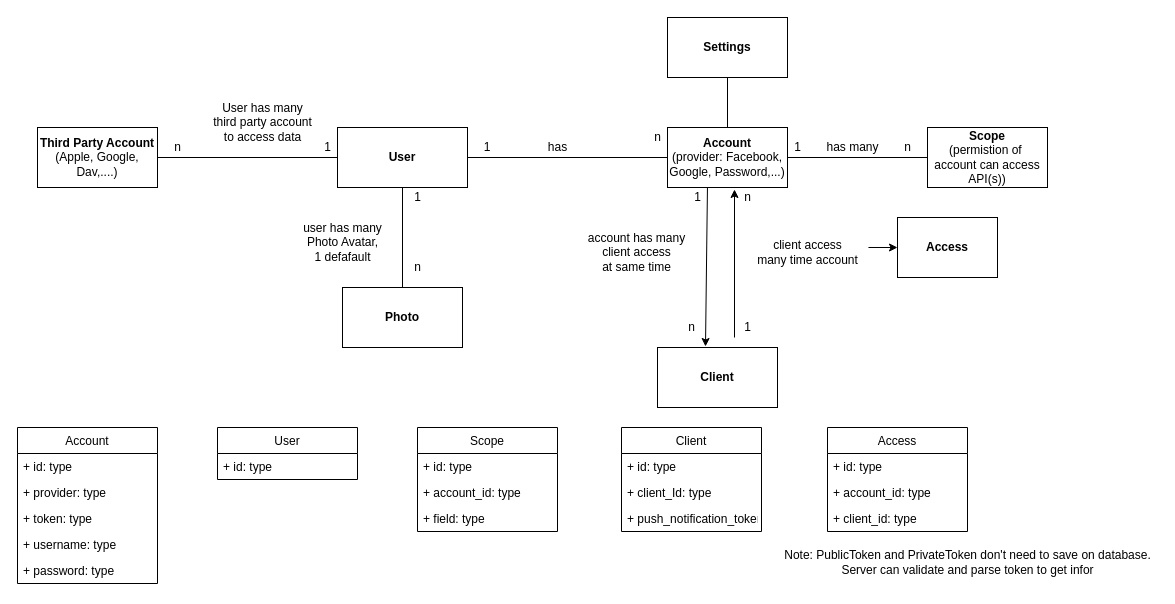
This is Untitled Diagram.drawio from caophuocthanh/Database-Design, a draw.io file, before an edit. Source tidied: cells renumbered, new cells numbered last; positions are measured from the earlier drawing's top-left corner, leaving out a move shared by most shapes. Both pictures are drawn from the tidied source at 100%, with x=0, y=0 at pixel (17, 17).
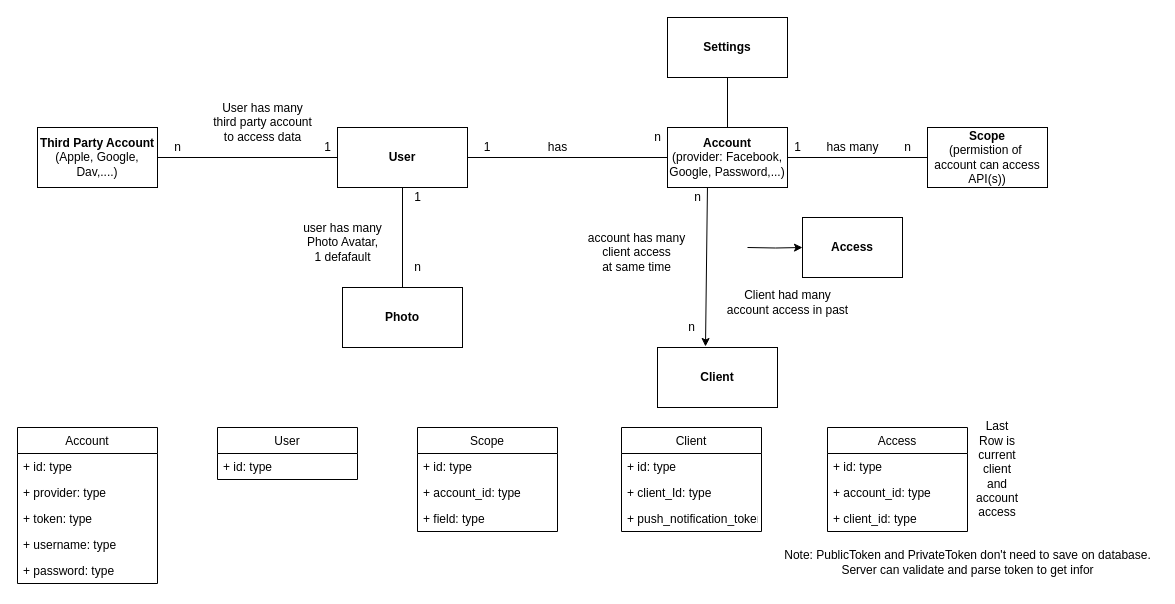
Above is the later version.

Diff of the diagram source:
```diff
@@
-    <mxCell id="8" style="edgeStyle=orthogonalEdgeStyle;rounded=0;jettySize=auto;html=1;entryX=0;entryY=0.5;entryDx=0;entryDy=0;exitX=1.008;exitY=0.333;exitDx=0;exitDy=0;exitPerimeter=0;" parent="1" edge="1" source="9" target="13">
-      <mxGeometry relative="1" as="geometry" />
+    <mxCell id="8" style="edgeStyle=orthogonalEdgeStyle;rounded=0;jettySize=auto;html=1;entryX=0;entryY=0.5;entryDx=0;entryDy=0;" parent="1" edge="1" target="13">
+      <mxGeometry relative="1" as="geometry">
+        <mxPoint x="730" y="230" as="sourcePoint" />
+      </mxGeometry>
     </mxCell>
-    <mxCell id="9" value="client access &lt;br&gt;many time account" style="text;html=1;align=center;verticalAlign=middle;points=[];" parent="1" vertex="1">
-      <mxGeometry x="730" y="220" width="120" height="30" as="geometry" />
-    </mxCell>
@@
-    <mxCell id="11" value="n" style="text;html=1;align=center;verticalAlign=middle;points=[];" parent="1" vertex="1">
-      <mxGeometry x="720" y="170" width="20" height="20" as="geometry" />
-    </mxCell>
-    <mxCell id="12" value="1" style="text;html=1;align=center;verticalAlign=middle;" parent="1" vertex="1">
-      <mxGeometry x="720" y="300" width="20" height="20" as="geometry" />
-    </mxCell>
     <mxCell id="13" value="&lt;b&gt;Access&lt;/b&gt;" style="rounded=0;whiteSpace=wrap;html=1;" parent="1" vertex="1">
-      <mxGeometry x="880" y="200" width="100" height="60" as="geometry" />
+      <mxGeometry x="785" y="200" width="100" height="60" as="geometry" />
     </mxCell>
@@
-    <mxCell id="20" style="endArrow=classic;html=1;entryX=-0.15;entryY=0.1;entryDx=0;entryDy=0;entryPerimeter=0;" parent="1" edge="1" target="11">
-      <mxGeometry relative="1" as="geometry">
-        <mxPoint x="717" y="320" as="sourcePoint" />
-      </mxGeometry>
-    </mxCell>
-    <mxCell id="21" value="1" style="text;html=1;align=center;verticalAlign=middle;" parent="1" vertex="1">
+    <mxCell id="21" value="n" style="text;html=1;align=center;verticalAlign=middle;" parent="1" vertex="1">
       <mxGeometry x="670" y="170" width="20" height="20" as="geometry" />
     </mxCell>
@@
+    <mxCell id="57" value="Client had many &lt;br&gt;account access in past" style="text;html=1;align=center;verticalAlign=middle;" parent="1" vertex="1">
+      <mxGeometry x="700" y="270" width="140" height="30" as="geometry" />
+    </mxCell>
+    <mxCell id="58" value="Last Row is current client and account access" style="text;html=1;strokeColor=none;fillColor=none;align=center;verticalAlign=middle;whiteSpace=wrap;rounded=0;" parent="1" vertex="1">
+      <mxGeometry x="960" y="442" width="40" height="20" as="geometry" />
+    </mxCell>
```
